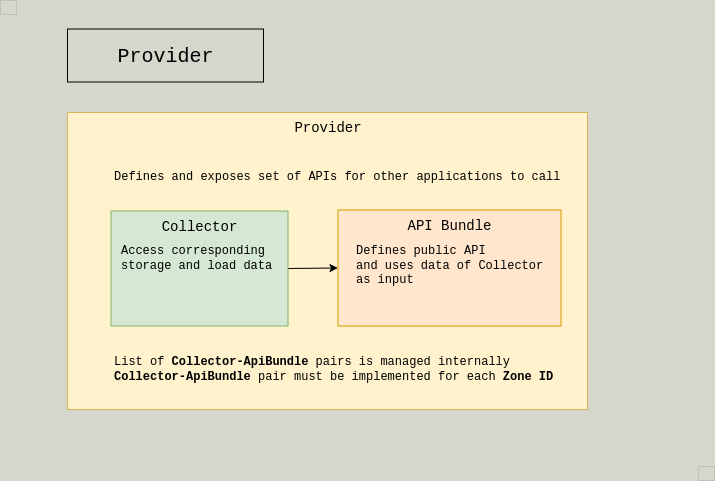
Above: docs/resource/chainalytic-provider.png in yudus-labs/chainalytic-framework (draw.io), before the change. Source tidied: cells renumbered, new cells last; positions are measured from the earlier drawing's top-left corner, leaving out a move shared by most shapes.
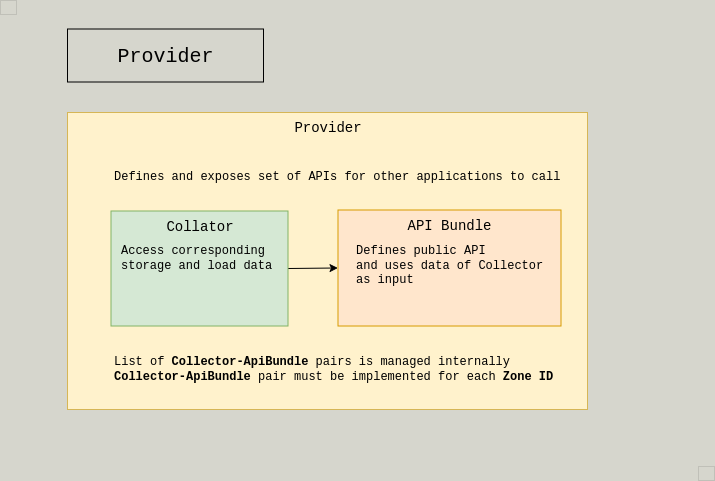
The same file after the commit.

What changed in the source:
```diff
@@ -25,7 +25,7 @@
     <mxCell id="8" style="rounded=1;jettySize=auto;html=1;exitX=1;exitY=0.5;exitDx=0;exitDy=0;entryX=0;entryY=0.5;entryDx=0;entryDy=0;" parent="1" edge="1" source="9" target="7">
       <mxGeometry relative="1" as="geometry" />
     </mxCell>
-    <mxCell id="9" value="Collector" style="rounded=0;whiteSpace=wrap;html=1;fontFamily=Courier New;fontSize=14;align=center;fillColor=#d5e8d4;strokeColor=#82b366;verticalAlign=top;" parent="1" vertex="1">
+    <mxCell id="9" value="Collator" style="rounded=0;whiteSpace=wrap;html=1;fontFamily=Courier New;fontSize=14;align=center;fillColor=#d5e8d4;strokeColor=#82b366;verticalAlign=top;" parent="1" vertex="1">
       <mxGeometry x="110.5" y="210.5" width="177" height="115" as="geometry" />
     </mxCell>
     <mxCell id="10" value="&lt;div&gt;Access corresponding&lt;/div&gt;&lt;div&gt;storage and load data&lt;br&gt;&lt;/div&gt;" style="text;html=1;align=left;verticalAlign=middle;fontSize=12;fontFamily=Courier New;" parent="1" vertex="1">
```
